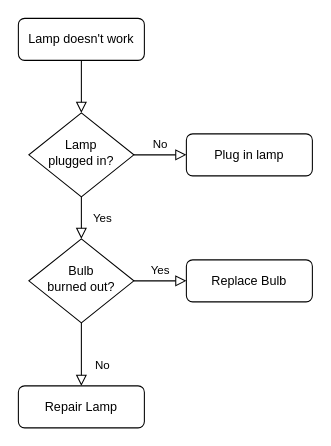
lightfish-zhang/media-library keeps this draw.io diagram as image/Untitled Diagram.drawio. Above is the earlier version. Source tidied: cells renumbered, new cells numbered last; positions are measured from the earlier drawing's top-left corner, leaving out a move shared by most shapes. Both pictures are drawn from the tidied source at 105%, with x=0, y=0 at pixel (18, 18).
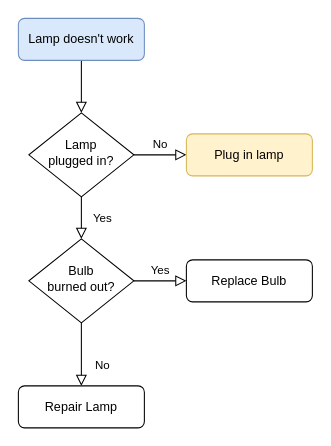
The same page after the edit.

Change to the diagram source:
```diff
@@
 <mxGraphModel>
   <root>
     <mxCell id="0" />
     <mxCell id="1" parent="0" />
     <mxCell id="2" style="rounded=0;html=1;jettySize=auto;fontSize=11;endArrow=block;endFill=0;endSize=8;strokeWidth=1;shadow=0;labelBackgroundColor=none;edgeStyle=orthogonalEdgeStyle;" parent="1" edge="1" source="3" target="6">
       <mxGeometry relative="1" as="geometry" />
     </mxCell>
-    <mxCell id="3" value="Lamp doesn't work" style="rounded=1;whiteSpace=wrap;html=1;fontSize=12;glass=0;strokeWidth=1;shadow=0;" parent="1" vertex="1">
+    <mxCell id="3" value="Lamp doesn't work" style="rounded=1;whiteSpace=wrap;html=1;fontSize=12;glass=0;strokeWidth=1;shadow=0;fillColor=#dae8fc;strokeColor=#6c8ebf;" parent="1" vertex="1">
       <mxGeometry width="120" height="40" as="geometry" />
     </mxCell>
     <mxCell id="4" value="Yes" style="rounded=0;html=1;jettySize=auto;fontSize=11;endArrow=block;endFill=0;endSize=8;strokeWidth=1;shadow=0;labelBackgroundColor=none;edgeStyle=orthogonalEdgeStyle;" parent="1" edge="1" source="6" target="10">
       <mxGeometry y="20" relative="1" as="geometry" />
     </mxCell>
     <mxCell id="5" value="No" style="edgeStyle=orthogonalEdgeStyle;rounded=0;html=1;jettySize=auto;fontSize=11;endArrow=block;endFill=0;endSize=8;strokeWidth=1;shadow=0;labelBackgroundColor=none;" parent="1" edge="1" source="6" target="7">
       <mxGeometry y="10" relative="1" as="geometry" />
     </mxCell>
     <mxCell id="6" value="Lamp&lt;br&gt;plugged in?" style="rhombus;whiteSpace=wrap;html=1;shadow=0;fontFamily=Helvetica;fontSize=12;align=center;strokeWidth=1;spacing=6;spacingTop=-4;" parent="1" vertex="1">
       <mxGeometry x="10" y="90" width="100" height="80" as="geometry" />
     </mxCell>
-    <mxCell id="7" value="Plug in lamp" style="rounded=1;whiteSpace=wrap;html=1;fontSize=12;glass=0;strokeWidth=1;shadow=0;" parent="1" vertex="1">
+    <mxCell id="7" value="Plug in lamp" style="rounded=1;whiteSpace=wrap;html=1;fontSize=12;glass=0;strokeWidth=1;shadow=0;fillColor=#fff2cc;strokeColor=#d6b656;" parent="1" vertex="1">
       <mxGeometry x="160" y="110" width="120" height="40" as="geometry" />
     </mxCell>
     <mxCell id="8" value="No" style="rounded=0;html=1;jettySize=auto;fontSize=11;endArrow=block;endFill=0;endSize=8;strokeWidth=1;shadow=0;labelBackgroundColor=none;edgeStyle=orthogonalEdgeStyle;" parent="1" edge="1" source="10" target="11">
       <mxGeometry x="0.33" y="20" relative="1" as="geometry" />
     </mxCell>
     <mxCell id="9" value="Yes" style="edgeStyle=orthogonalEdgeStyle;rounded=0;html=1;jettySize=auto;fontSize=11;endArrow=block;endFill=0;endSize=8;strokeWidth=1;shadow=0;labelBackgroundColor=none;" parent="1" edge="1" source="10" target="12">
       <mxGeometry y="10" relative="1" as="geometry" />
     </mxCell>
     <mxCell id="10" value="Bulb&lt;br&gt;burned out?" style="rhombus;whiteSpace=wrap;html=1;shadow=0;fontFamily=Helvetica;fontSize=12;align=center;strokeWidth=1;spacing=6;spacingTop=-4;" parent="1" vertex="1">
       <mxGeometry x="10" y="210" width="100" height="80" as="geometry" />
     </mxCell>
     <mxCell id="11" value="Repair Lamp" style="rounded=1;whiteSpace=wrap;html=1;fontSize=12;glass=0;strokeWidth=1;shadow=0;" parent="1" vertex="1">
       <mxGeometry y="350" width="120" height="40" as="geometry" />
     </mxCell>
     <mxCell id="12" value="Replace Bulb" style="rounded=1;whiteSpace=wrap;html=1;fontSize=12;glass=0;strokeWidth=1;shadow=0;" parent="1" vertex="1">
       <mxGeometry x="160" y="230" width="120" height="40" as="geometry" />
     </mxCell>
   </root>
 </mxGraphModel>
```
